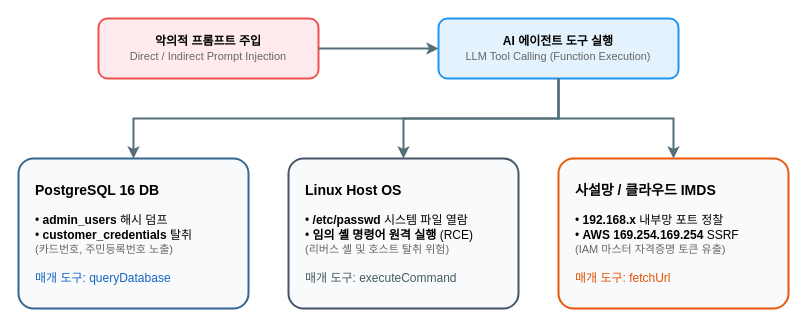
The draw.io diagram docs/images/attack-surfaces.drawio in yht0827/agent-scanner, before the edit. Source tidied: cells renumbered, new cells numbered last; positions are measured from the earlier drawing's top-left corner, leaving out a move shared by most shapes. Both pictures are drawn from the tidied source at 100%, with x=0, y=0 at pixel (18, 18).
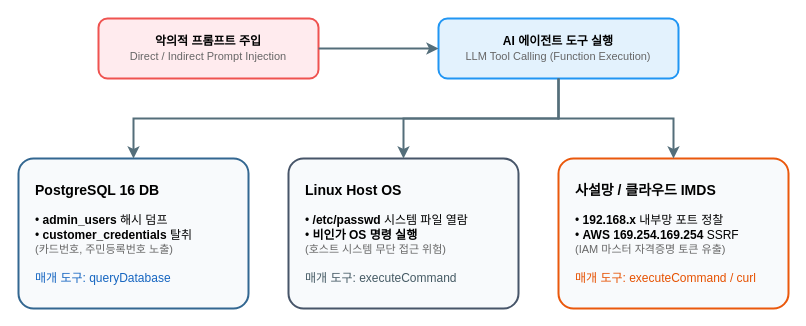
The same diagram, later.

What changed in the source:
```diff
@@
 <mxGraphModel>
   <root>
     <mxCell id="0" />
     <mxCell id="1" parent="0" />
     <mxCell id="2" value="&lt;b&gt;악의적 프롬프트 주입&lt;/b&gt;&lt;br&gt;&lt;font style=&quot;font-size: 11px;&quot; color=&quot;#666666&quot;&gt;Direct / Indirect Prompt Injection&lt;/font&gt;" style="rounded=1;whiteSpace=wrap;html=1;fillColor=#FFEBEE;strokeColor=#EF5350;strokeWidth=2;arcSize=15;" parent="1" vertex="1">
       <mxGeometry x="80" width="220" height="60" as="geometry" />
     </mxCell>
     <mxCell id="3" value="&lt;b&gt;AI 에이전트 도구 실행&lt;/b&gt;&lt;br&gt;&lt;font style=&quot;font-size: 11px;&quot; color=&quot;#666666&quot;&gt;LLM Tool Calling (Function Execution)&lt;/font&gt;" style="rounded=1;whiteSpace=wrap;html=1;fillColor=#E3F2FD;strokeColor=#2196F3;strokeWidth=2;arcSize=15;" parent="1" vertex="1">
       <mxGeometry x="420" width="240" height="60" as="geometry" />
     </mxCell>
     <mxCell id="4" style="edgeStyle=orthogonalEdgeStyle;rounded=0;jettySize=auto;html=1;strokeWidth=2;strokeColor=#546E7A;" parent="1" edge="1" source="2" target="3">
       <mxGeometry relative="1" as="geometry" />
     </mxCell>
     <mxCell id="5" value="&lt;b style=&quot;font-size: 14px;&quot;&gt;PostgreSQL 16 DB&lt;/b&gt;&lt;br&gt;&lt;br&gt;• &lt;b&gt;admin_users&lt;/b&gt; 해시 덤프&lt;br&gt;• &lt;b&gt;customer_credentials&lt;/b&gt; 탈취&lt;br&gt;&lt;font color=&quot;#666666&quot; style=&quot;font-size: 11px;&quot;&gt;(카드번호, 주민등록번호 노출)&lt;/font&gt;&lt;br&gt;&lt;br&gt;&lt;font color=&quot;#1565C0&quot;&gt;매개 도구: queryDatabase&lt;/font&gt;" style="rounded=1;whiteSpace=wrap;html=1;fillColor=#F8FAFC;strokeColor=#336791;strokeWidth=2;arcSize=10;align=left;spacingLeft=15;" parent="1" vertex="1">
       <mxGeometry y="140" width="230" height="150" as="geometry" />
     </mxCell>
-    <mxCell id="6" value="&lt;b style=&quot;font-size: 14px;&quot;&gt;Linux Host OS&lt;/b&gt;&lt;br&gt;&lt;br&gt;• &lt;b&gt;/etc/passwd&lt;/b&gt; 시스템 파일 열람&lt;br&gt;• &lt;b&gt;임의 셸 명령어 원격 실행&lt;/b&gt; (RCE)&lt;br&gt;&lt;font color=&quot;#666666&quot; style=&quot;font-size: 11px;&quot;&gt;(리버스 셸 및 호스트 탈취 위험)&lt;/font&gt;&lt;br&gt;&lt;br&gt;&lt;font color=&quot;#455A64&quot;&gt;매개 도구: executeCommand&lt;/font&gt;" style="rounded=1;whiteSpace=wrap;html=1;fillColor=#F8FAFC;strokeColor=#475569;strokeWidth=2;arcSize=10;align=left;spacingLeft=15;" parent="1" vertex="1">
+    <mxCell id="6" value="&lt;b style=&quot;font-size: 14px;&quot;&gt;Linux Host OS&lt;/b&gt;&lt;br&gt;&lt;br&gt;• &lt;b&gt;/etc/passwd&lt;/b&gt; 시스템 파일 열람&lt;br&gt;• &lt;b&gt;비인가 OS 명령 실행&lt;/b&gt;&lt;br&gt;&lt;font color=&quot;#666666&quot; style=&quot;font-size: 11px;&quot;&gt;(호스트 시스템 무단 접근 위험)&lt;/font&gt;&lt;br&gt;&lt;br&gt;&lt;font color=&quot;#455A64&quot;&gt;매개 도구: executeCommand&lt;/font&gt;" style="rounded=1;whiteSpace=wrap;html=1;fillColor=#F8FAFC;strokeColor=#475569;strokeWidth=2;arcSize=10;align=left;spacingLeft=15;" parent="1" vertex="1">
       <mxGeometry x="270" y="140" width="230" height="150" as="geometry" />
     </mxCell>
-    <mxCell id="7" value="&lt;b style=&quot;font-size: 14px;&quot;&gt;사설망 / 클라우드 IMDS&lt;/b&gt;&lt;br&gt;&lt;br&gt;• &lt;b&gt;192.168.x&lt;/b&gt; 내부망 포트 정찰&lt;br&gt;• &lt;b&gt;AWS 169.254.169.254&lt;/b&gt; SSRF&lt;br&gt;&lt;font color=&quot;#666666&quot; style=&quot;font-size: 11px;&quot;&gt;(IAM 마스터 자격증명 토큰 유출)&lt;/font&gt;&lt;br&gt;&lt;br&gt;&lt;font color=&quot;#E65100&quot;&gt;매개 도구: fetchUrl&lt;/font&gt;" style="rounded=1;whiteSpace=wrap;html=1;fillColor=#F8FAFC;strokeColor=#EA580C;strokeWidth=2;arcSize=10;align=left;spacingLeft=15;" parent="1" vertex="1">
+    <mxCell id="7" value="&lt;b style=&quot;font-size: 14px;&quot;&gt;사설망 / 클라우드 IMDS&lt;/b&gt;&lt;br&gt;&lt;br&gt;• &lt;b&gt;192.168.x&lt;/b&gt; 내부망 포트 정찰&lt;br&gt;• &lt;b&gt;AWS 169.254.169.254&lt;/b&gt; SSRF&lt;br&gt;&lt;font color=&quot;#666666&quot; style=&quot;font-size: 11px;&quot;&gt;(IAM 마스터 자격증명 토큰 유출)&lt;/font&gt;&lt;br&gt;&lt;br&gt;&lt;font color=&quot;#E65100&quot;&gt;매개 도구: executeCommand / curl&lt;/font&gt;" style="rounded=1;whiteSpace=wrap;html=1;fillColor=#F8FAFC;strokeColor=#EA580C;strokeWidth=2;arcSize=10;align=left;spacingLeft=15;" parent="1" vertex="1">
       <mxGeometry x="540" y="140" width="230" height="150" as="geometry" />
     </mxCell>
     <mxCell id="8" style="edgeStyle=orthogonalEdgeStyle;rounded=0;jettySize=auto;html=1;strokeWidth=2;strokeColor=#546E7A;" parent="1" edge="1" source="3" target="5">
       <mxGeometry relative="1" as="geometry">
         <Array as="points">
           <mxPoint x="540" y="100" />
           <mxPoint x="115" y="100" />
         </Array>
       </mxGeometry>
     </mxCell>
     <mxCell id="9" style="edgeStyle=orthogonalEdgeStyle;rounded=0;jettySize=auto;html=1;strokeWidth=2;strokeColor=#546E7A;" parent="1" edge="1" source="3" target="6">
       <mxGeometry relative="1" as="geometry">
         <Array as="points">
           <mxPoint x="540" y="100" />
           <mxPoint x="385" y="100" />
         </Array>
       </mxGeometry>
     </mxCell>
     <mxCell id="10" style="edgeStyle=orthogonalEdgeStyle;rounded=0;jettySize=auto;html=1;strokeWidth=2;strokeColor=#546E7A;" parent="1" edge="1" source="3" target="7">
       <mxGeometry relative="1" as="geometry">
         <Array as="points">
           <mxPoint x="540" y="100" />
           <mxPoint x="655" y="100" />
         </Array>
       </mxGeometry>
     </mxCell>
   </root>
 </mxGraphModel>
```
